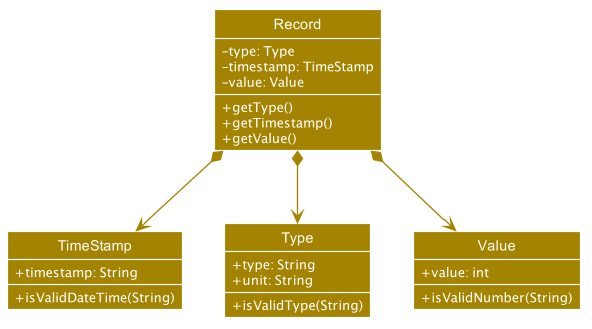
nus-cs2103-AY1920S1/addressbook-level3 keeps this PlantUML diagram as docs/images/HealthRecordsClassDiagram.png. Above is the earlier version. Source of this version:
```plantuml
@startuml








skinparam BackgroundColor #FFFFFFF

skinparam Shadowing false

skinparam Class {
    FontColor #FFFFFF
    BorderThickness 1
    BorderColor #FFFFFF
    StereotypeFontColor #FFFFFF
    FontName Arial
}

skinparam Actor {
    BorderColor #000000
    Color #000000
    FontName Arial
}

skinparam Sequence {
    MessageAlign center
    BoxFontSize 15
    BoxPadding 0
    BoxFontColor #FFFFFF
    FontName Arial
}

skinparam Participant {
    FontColor #FFFFFFF
    Padding 20
}

skinparam MinClassWidth 50
skinparam ParticipantPadding 10
skinparam Shadowing false
skinparam DefaultTextAlignment center
skinparam packageStyle Rectangle

hide footbox
hide members
hide circle
skinparam arrowThickness 1.1
skinparam arrowColor #A38300
skinparam classBackgroundColor #A38300

class Record {
    -type: Type
    -timestamp: TimeStamp
    -value: Value

    +getType()
    +getTimestamp()
    +getValue()
}

class TimeStamp {
    +timestamp: String

    +isValidDateTime(String)
}

class Type {
    +type: String
    +unit: String

    +isValidType(String)
}

class Value {
    +value: int

    +isValidNumber(String)
}

Record *--> TimeStamp
Record *--> Type
Record *--> Value

show members
skinparam classAttributeFontColor #FFFFFF
skinparam classAttributeIconSize 0
@enduml
```
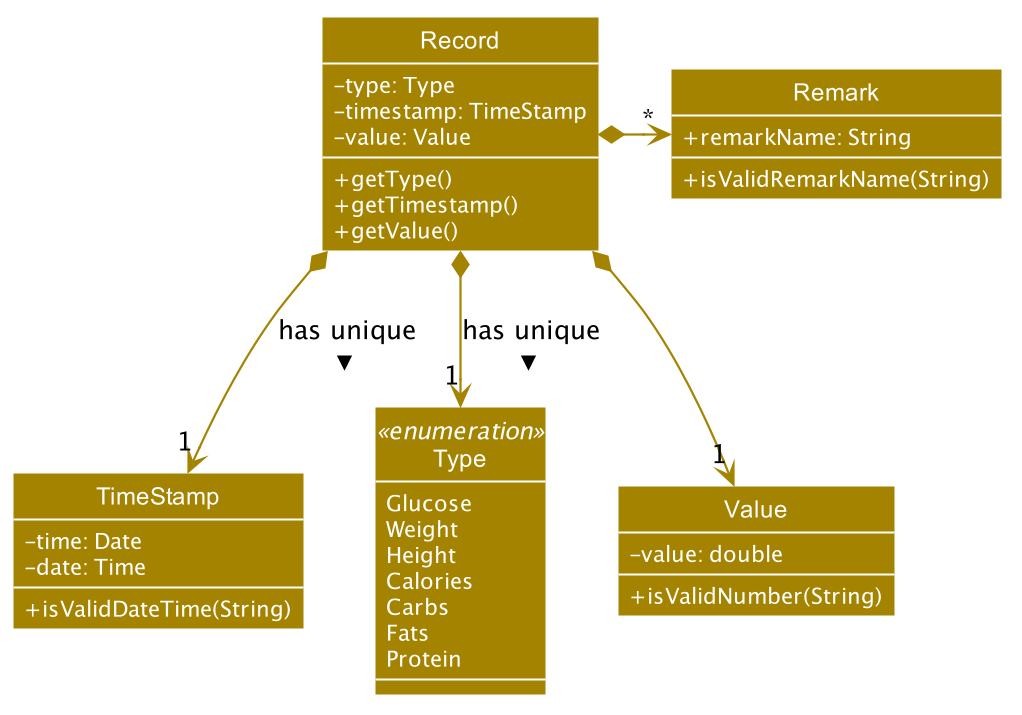
Above is the later version.

Diff of the diagram source:
```diff
@@ -62,27 +62,39 @@
 }
 
 class TimeStamp {
-    +timestamp: String
+    -time: Date
+    -date: Time
 
     +isValidDateTime(String)
+
 }
 
-class Type {
-    +type: String
-    +unit: String
-
-    +isValidType(String)
+class Type <<enumeration>> {
+    Glucose
+    Weight
+    Height
+    Calories
+    Carbs
+    Fats
+    Protein
 }
 
 class Value {
-    +value: int
+    -value: double
 
     +isValidNumber(String)
 }
 
-Record *--> TimeStamp
-Record *--> Type
-Record *--> Value
+class Remark {
+    +remarkName: String
+
+    +isValidRemarkName(String)
+}
+
+Record *-down-> "1" TimeStamp : has unique >
+Record *-down-> "1" Type : has unique >
+Record *-down-> "1" Value
+Record *-right-> "*" Remark
 
 show members
 skinparam classAttributeFontColor #FFFFFF
```
